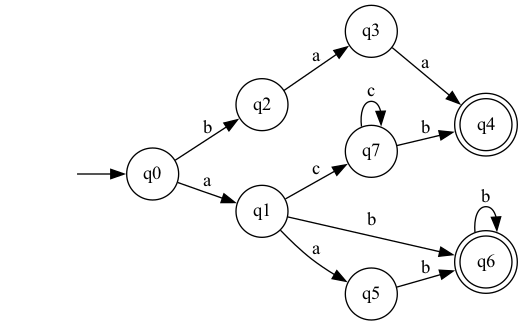
oscarparedez/compiler-project-1 keeps this Graphviz diagram as DFA MINIMIZED direct.gv.png. Above is the earlier version. Its source is kept beside it as DFA MINIMIZED direct.gv.
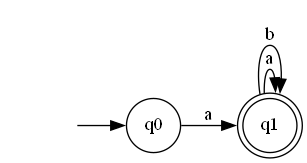
After the commit.

Diff of the diagram source:
```diff
@@ -1,24 +1,10 @@
 digraph "DFA MINIMIZED direct" {
 	graph [rankdir=LR]
 	"" [label="" shape=plaintext]
-	q4 [label=q4 shape=doublecircle]
-	q6 [label=q6 shape=doublecircle]
-	q5 [label=q5 shape=circle]
-	q2 [label=q2 shape=circle]
-	q7 [label=q7 shape=circle]
-	q1 [label=q1 shape=circle]
-	q3 [label=q3 shape=circle]
+	q1 [label=q1 shape=doublecircle]
 	q0 [label=q0 shape=circle]
 	"" -> q0 [label=""]
 	q0 -> q1 [label=a]
-	q0 -> q2 [label=b]
-	q2 -> q3 [label=a]
-	q3 -> q4 [label=a]
-	q1 -> q5 [label=a]
-	q1 -> q6 [label=b]
-	q1 -> q7 [label=c]
-	q7 -> q4 [label=b]
-	q7 -> q7 [label=c]
-	q5 -> q6 [label=b]
-	q6 -> q6 [label=b]
+	q1 -> q1 [label=a]
+	q1 -> q1 [label=b]
 }
```
